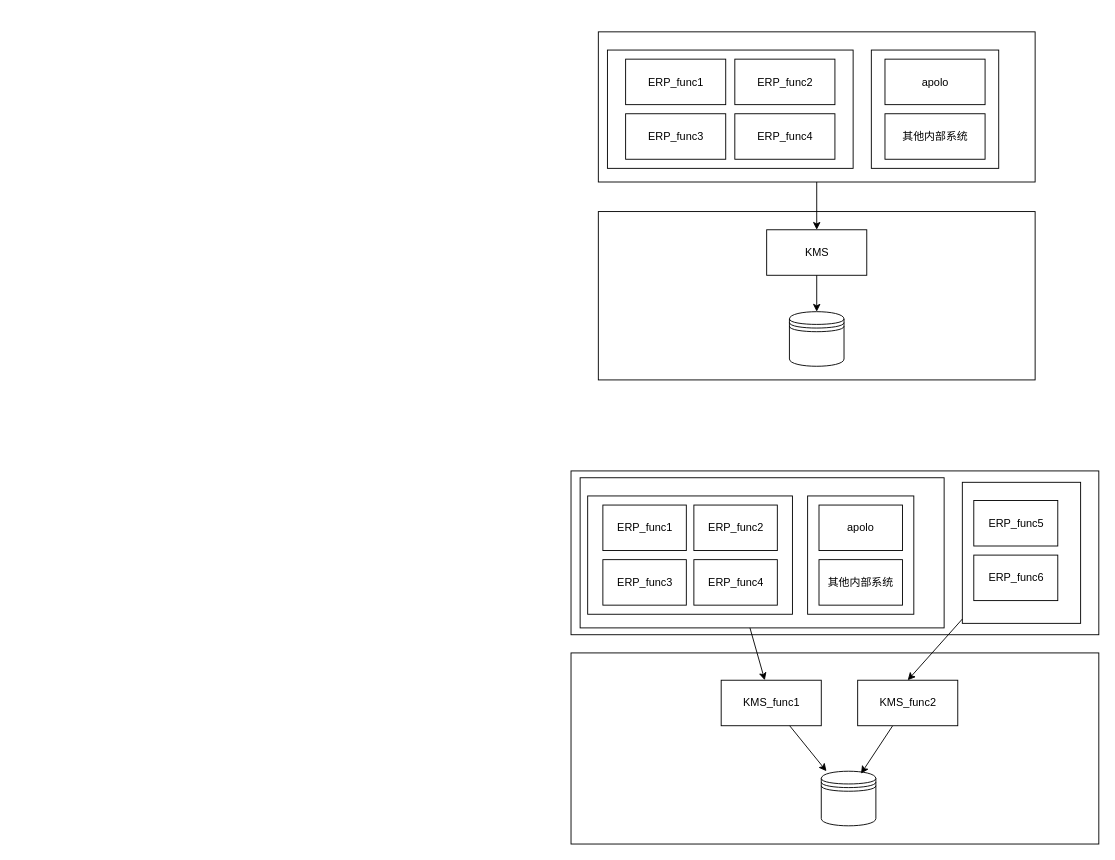
This is page "KMS&授权中心" (2 of 6) of devops.drawio from mashifei/uml, a draw.io file, before an edit. Source tidied: cells renumbered, new cells numbered last; positions are measured from the earlier drawing's top-left corner, leaving out a move shared by most shapes. Both pictures are drawn from the tidied source at 91%, with x=0, y=0 at pixel (571, 32).
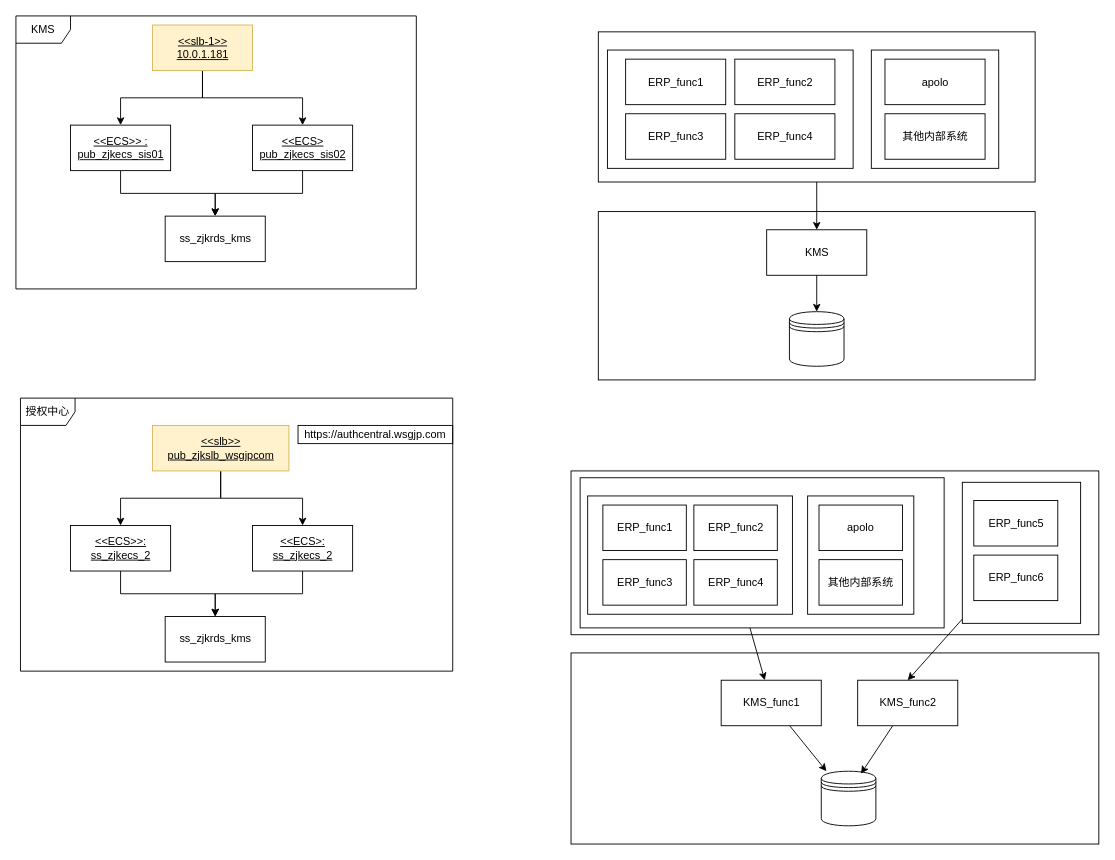
After the change.

The edit, as a diff of the source:
```diff
@@
+    <mxCell id="47" value="授权中心" style="shape=umlFrame;whiteSpace=wrap;html=1;" parent="1" vertex="1">
+      <mxGeometry x="-605" y="402" width="475" height="300" as="geometry" />
+    </mxCell>
+    <mxCell id="48" value="KMS" style="shape=umlFrame;whiteSpace=wrap;html=1;" parent="1" vertex="1">
+      <mxGeometry x="-610" y="-18" width="440" height="300" as="geometry" />
+    </mxCell>
+    <mxCell id="49" style="edgeStyle=orthogonalEdgeStyle;rounded=0;jettySize=auto;html=1;" parent="1" edge="1" source="51" target="53">
+      <mxGeometry relative="1" as="geometry" />
+    </mxCell>
+    <mxCell id="50" style="edgeStyle=orthogonalEdgeStyle;rounded=0;jettySize=auto;html=1;" parent="1" edge="1" source="51" target="55">
+      <mxGeometry relative="1" as="geometry" />
+    </mxCell>
+    <mxCell id="51" value="&lt;u&gt;&amp;lt;&amp;lt;slb-1&amp;gt;&amp;gt;&lt;br&gt;10.0.1.181&lt;/u&gt;" style="html=1;fillColor=#fff2cc;strokeColor=#d6b656;" parent="1" vertex="1">
+      <mxGeometry x="-460" y="-8" width="110" height="50" as="geometry" />
+    </mxCell>
+    <mxCell id="52" style="edgeStyle=orthogonalEdgeStyle;rounded=0;jettySize=auto;html=1;" parent="1" edge="1" source="53" target="56">
+      <mxGeometry relative="1" as="geometry" />
+    </mxCell>
+    <mxCell id="53" value="&lt;u&gt;&amp;lt;&amp;lt;ECS&amp;gt;&amp;gt; :&lt;br&gt;pub_zjkecs_sis01&lt;/u&gt;" style="html=1;" parent="1" vertex="1">
+      <mxGeometry x="-550" y="102" width="110" height="50" as="geometry" />
+    </mxCell>
+    <mxCell id="54" style="edgeStyle=orthogonalEdgeStyle;rounded=0;jettySize=auto;html=1;entryX=0.5;entryY=0;entryDx=0;entryDy=0;" parent="1" edge="1" source="55" target="56">
+      <mxGeometry relative="1" as="geometry" />
+    </mxCell>
+    <mxCell id="55" value="&lt;u&gt;&amp;lt;&amp;lt;ECS&amp;gt;&lt;br&gt;pub_zjkecs_sis02&lt;/u&gt;" style="html=1;" parent="1" vertex="1">
+      <mxGeometry x="-350" y="102" width="110" height="50" as="geometry" />
+    </mxCell>
+    <mxCell id="56" value="ss_zjkrds_kms" style="html=1;" parent="1" vertex="1">
+      <mxGeometry x="-446" y="202" width="110" height="50" as="geometry" />
+    </mxCell>
+    <mxCell id="57" style="edgeStyle=orthogonalEdgeStyle;rounded=0;jettySize=auto;html=1;" parent="1" edge="1" source="59" target="61">
+      <mxGeometry relative="1" as="geometry" />
+    </mxCell>
+    <mxCell id="58" style="edgeStyle=orthogonalEdgeStyle;rounded=0;jettySize=auto;html=1;" parent="1" edge="1" source="59" target="63">
+      <mxGeometry relative="1" as="geometry" />
+    </mxCell>
+    <mxCell id="59" value="&lt;u&gt;&amp;lt;&amp;lt;slb&amp;gt;&amp;gt;&lt;br&gt;pub_zjkslb_wsgjpcom&lt;/u&gt;" style="html=1;fillColor=#fff2cc;strokeColor=#d6b656;" parent="1" vertex="1">
+      <mxGeometry x="-460" y="432" width="150" height="50" as="geometry" />
+    </mxCell>
+    <mxCell id="60" style="edgeStyle=orthogonalEdgeStyle;rounded=0;jettySize=auto;html=1;" parent="1" edge="1" source="61" target="64">
+      <mxGeometry relative="1" as="geometry" />
+    </mxCell>
+    <mxCell id="61" value="&lt;u&gt;&amp;lt;&amp;lt;ECS&amp;gt;&amp;gt;:&lt;br&gt;ss_zjkecs_2&lt;/u&gt;" style="html=1;" parent="1" vertex="1">
+      <mxGeometry x="-550" y="542" width="110" height="50" as="geometry" />
+    </mxCell>
+    <mxCell id="62" style="edgeStyle=orthogonalEdgeStyle;rounded=0;jettySize=auto;html=1;entryX=0.5;entryY=0;entryDx=0;entryDy=0;" parent="1" edge="1" source="63" target="64">
+      <mxGeometry relative="1" as="geometry" />
+    </mxCell>
+    <mxCell id="63" value="&lt;u&gt;&amp;lt;&amp;lt;ECS&amp;gt;:&lt;br&gt;ss_zjkecs_2&lt;/u&gt;" style="html=1;" parent="1" vertex="1">
+      <mxGeometry x="-350" y="542" width="110" height="50" as="geometry" />
+    </mxCell>
+    <mxCell id="64" value="ss_zjkrds_kms" style="html=1;" parent="1" vertex="1">
+      <mxGeometry x="-446" y="642" width="110" height="50" as="geometry" />
+    </mxCell>
+    <mxCell id="65" value="https://authcentral.wsgjp.com" style="text;html=1;strokeColor=#000000;fillColor=none;align=center;verticalAlign=middle;whiteSpace=wrap;rounded=0;" parent="1" vertex="1">
+      <mxGeometry x="-300" y="432" width="170" height="20" as="geometry" />
+    </mxCell>
```
